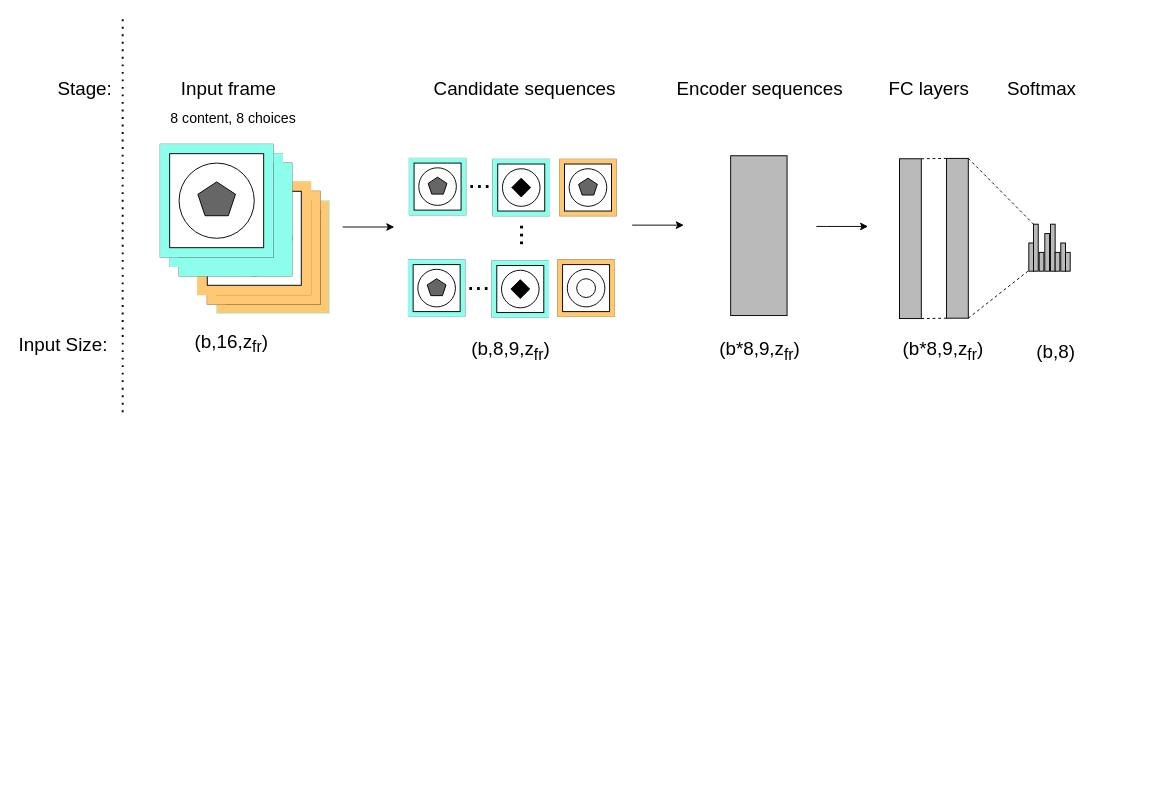
The draw.io diagram network.drawio in RoggerL/draw, before the edit. Source tidied: cells renumbered, new cells numbered last; positions are measured from the earlier drawing's top-left corner, leaving out a move shared by most shapes. Both pictures are drawn from the tidied source at 94%, with x=0, y=0 at pixel (16, 17).
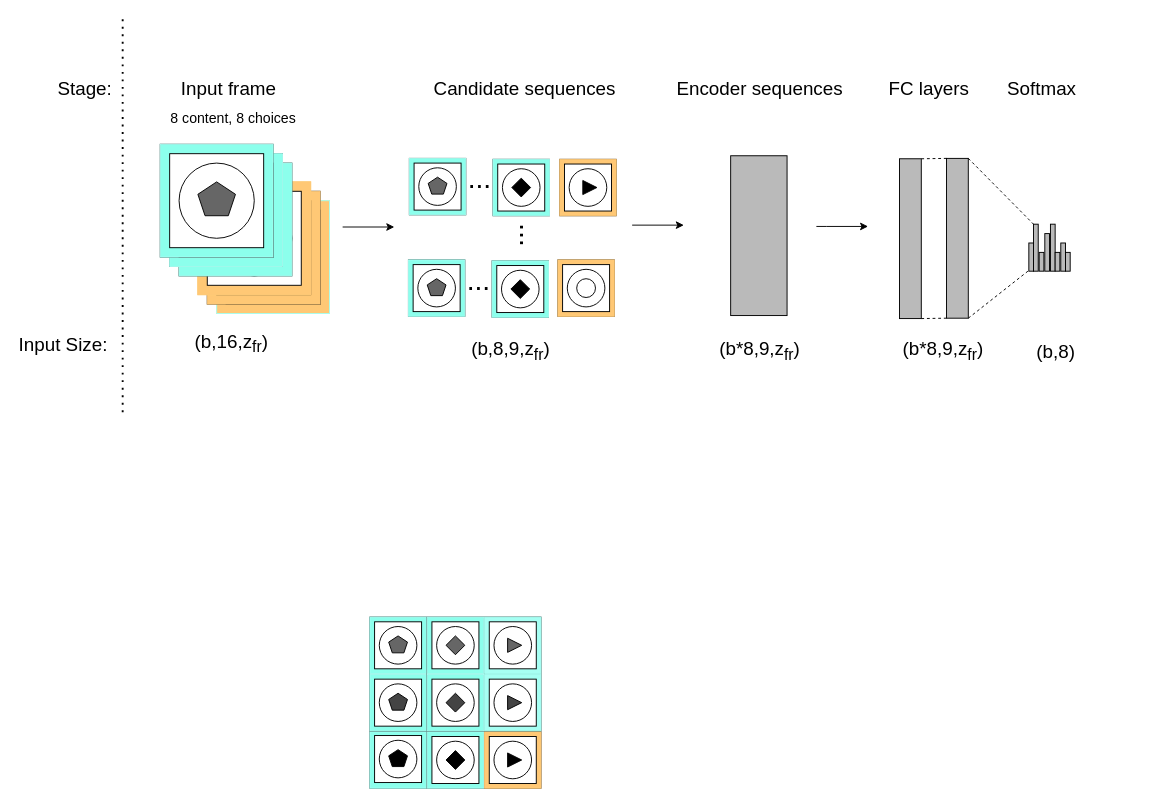
After the change.

The change refers to these unchanged cells:
```xml
<mxCell id="50" style="group;fillColor=#A6FFF3;strokeColor=#000000;" parent="1" vertex="1">
  <mxGeometry x="578" y="151" width="60" height="60" as="geometry" />
</mxCell>
```

Diff of the diagram source:
```diff
@@
-    <mxCell id="54" style="whiteSpace=wrap;html=1;shape=mxgraph.basic.pentagon;fillColor=#666666;strokeColor=#000000;" parent="50" vertex="1">
-      <mxGeometry x="20" y="20" width="20" height="18" as="geometry" />
-    </mxCell>
+    <mxCell id="97" style="triangle;whiteSpace=wrap;html=1;fontSize=30;strokeColor=#000000;fillColor=#000000;" parent="50" vertex="1">
+      <mxGeometry x="24.5" y="22.5" width="15" height="15" as="geometry" />
+    </mxCell>
@@
+    <mxCell id="98" style="group;fillColor=#A6FFF3;strokeColor=#000000;" parent="1" vertex="1">
+      <mxGeometry x="376" y="760" width="60" height="60" as="geometry" />
+    </mxCell>
+    <mxCell id="99" style="whiteSpace=wrap;html=1;fillColor=#8CFFEC;strokeColor=#A6FFF3;" parent="98" vertex="1">
+      <mxGeometry width="60" height="60" as="geometry" />
+    </mxCell>
+    <mxCell id="100" style="whiteSpace=wrap;html=1;strokeColor=#000000;fillColor=#FFFFFF;" parent="98" vertex="1">
+      <mxGeometry x="5" y="4" width="50" height="50" as="geometry" />
+    </mxCell>
+    <mxCell id="101" style="ellipse;whiteSpace=wrap;html=1;strokeColor=#000000;fillColor=#FFFFFF;" parent="98" vertex="1">
+      <mxGeometry x="10" y="9" width="40" height="40" as="geometry" />
+    </mxCell>
+    <mxCell id="102" style="whiteSpace=wrap;html=1;shape=mxgraph.basic.pentagon;fillColor=#000000;strokeColor=#000000;" parent="98" vertex="1">
+      <mxGeometry x="20" y="19" width="20" height="18" as="geometry" />
+    </mxCell>
+    <mxCell id="103" style="group;fillColor=#A6FFF3;strokeColor=#000000;" parent="1" vertex="1">
+      <mxGeometry x="437" y="760" width="60" height="60" as="geometry" />
+    </mxCell>
+    <mxCell id="104" style="whiteSpace=wrap;html=1;fillColor=#8CFFEC;strokeColor=#A6FFF3;" parent="103" vertex="1">
+      <mxGeometry width="60" height="60" as="geometry" />
+    </mxCell>
+    <mxCell id="105" style="whiteSpace=wrap;html=1;strokeColor=#000000;fillColor=#FFFFFF;" parent="103" vertex="1">
+      <mxGeometry x="5" y="5" width="50" height="50" as="geometry" />
+    </mxCell>
+    <mxCell id="106" style="ellipse;whiteSpace=wrap;html=1;strokeColor=#000000;fillColor=#FFFFFF;" parent="103" vertex="1">
+      <mxGeometry x="10" y="10" width="40" height="40" as="geometry" />
+    </mxCell>
+    <mxCell id="107" style="rhombus;whiteSpace=wrap;html=1;fontSize=20;strokeColor=#000000;fillColor=#000000;" parent="103" vertex="1">
+      <mxGeometry x="20" y="20" width="20" height="20" as="geometry" />
+    </mxCell>
+    <mxCell id="108" style="group;fillColor=#A6FFF3;strokeColor=#000000;" parent="1" vertex="1">
+      <mxGeometry x="498" y="760" width="60" height="60" as="geometry" />
+    </mxCell>
+    <mxCell id="109" style="whiteSpace=wrap;html=1;fillColor=#FFC875;strokeColor=#FFC875;" parent="108" vertex="1">
+      <mxGeometry width="60" height="60" as="geometry" />
+    </mxCell>
+    <mxCell id="110" style="whiteSpace=wrap;html=1;strokeColor=#000000;fillColor=#FFFFFF;" parent="108" vertex="1">
+      <mxGeometry x="5" y="5" width="50" height="50" as="geometry" />
+    </mxCell>
+    <mxCell id="111" style="ellipse;whiteSpace=wrap;html=1;strokeColor=#000000;fillColor=#FFFFFF;" parent="108" vertex="1">
+      <mxGeometry x="10" y="10" width="40" height="40" as="geometry" />
+    </mxCell>
+    <mxCell id="112" style="triangle;whiteSpace=wrap;html=1;fontSize=30;strokeColor=#000000;fillColor=#000000;" parent="108" vertex="1">
+      <mxGeometry x="24.5" y="22.5" width="15" height="15" as="geometry" />
+    </mxCell>
+    <mxCell id="113" style="group;fillColor=#A6FFF3;strokeColor=#000000;" parent="1" vertex="1">
+      <mxGeometry x="376" y="699" width="60" height="60" as="geometry" />
+    </mxCell>
+    <mxCell id="114" style="whiteSpace=wrap;html=1;fillColor=#8CFFEC;strokeColor=#A6FFF3;" parent="113" vertex="1">
+      <mxGeometry width="60" height="60" as="geometry" />
+    </mxCell>
+    <mxCell id="115" style="whiteSpace=wrap;html=1;strokeColor=#000000;fillColor=#FFFFFF;" parent="113" vertex="1">
+      <mxGeometry x="5" y="5" width="50" height="50" as="geometry" />
+    </mxCell>
+    <mxCell id="116" style="ellipse;whiteSpace=wrap;html=1;strokeColor=#000000;fillColor=#FFFFFF;" parent="113" vertex="1">
+      <mxGeometry x="10" y="10" width="40" height="40" as="geometry" />
+    </mxCell>
+    <mxCell id="117" style="whiteSpace=wrap;html=1;shape=mxgraph.basic.pentagon;fillColor=#444444;strokeColor=#000000;" parent="113" vertex="1">
+      <mxGeometry x="20" y="20" width="20" height="18" as="geometry" />
+    </mxCell>
+    <mxCell id="118" style="group;fillColor=#A6FFF3;strokeColor=#000000;" parent="1" vertex="1">
+      <mxGeometry x="437" y="699" width="60" height="60" as="geometry" />
+    </mxCell>
+    <mxCell id="119" style="whiteSpace=wrap;html=1;fillColor=#8CFFEC;strokeColor=#A6FFF3;" parent="118" vertex="1">
+      <mxGeometry width="60" height="60" as="geometry" />
+    </mxCell>
+    <mxCell id="120" style="whiteSpace=wrap;html=1;strokeColor=#000000;fillColor=#FFFFFF;" parent="118" vertex="1">
+      <mxGeometry x="5" y="5" width="50" height="50" as="geometry" />
+    </mxCell>
+    <mxCell id="121" style="ellipse;whiteSpace=wrap;html=1;strokeColor=#000000;fillColor=#FFFFFF;" parent="118" vertex="1">
+      <mxGeometry x="10" y="10" width="40" height="40" as="geometry" />
+    </mxCell>
+    <mxCell id="122" style="rhombus;whiteSpace=wrap;html=1;fontSize=20;strokeColor=#000000;fillColor=#444444;" parent="118" vertex="1">
+      <mxGeometry x="20" y="20" width="20" height="20" as="geometry" />
+    </mxCell>
+    <mxCell id="123" style="group;fillColor=#A6FFF3;strokeColor=#000000;" parent="1" vertex="1">
+      <mxGeometry x="498" y="699" width="60" height="60" as="geometry" />
+    </mxCell>
+    <mxCell id="124" style="whiteSpace=wrap;html=1;fillColor=#A6FFF3;strokeColor=#A6FFF3;" parent="123" vertex="1">
+      <mxGeometry width="60" height="60" as="geometry" />
+    </mxCell>
+    <mxCell id="125" style="whiteSpace=wrap;html=1;strokeColor=#000000;fillColor=#FFFFFF;" parent="123" vertex="1">
+      <mxGeometry x="5" y="5" width="50" height="50" as="geometry" />
+    </mxCell>
+    <mxCell id="126" style="ellipse;whiteSpace=wrap;html=1;strokeColor=#000000;fillColor=#FFFFFF;" parent="123" vertex="1">
+      <mxGeometry x="10" y="10" width="40" height="40" as="geometry" />
+    </mxCell>
+    <mxCell id="127" style="triangle;whiteSpace=wrap;html=1;fontSize=30;strokeColor=#000000;fillColor=#444444;" parent="123" vertex="1">
+      <mxGeometry x="24.5" y="22.5" width="15" height="15" as="geometry" />
+    </mxCell>
+    <mxCell id="128" style="group;fillColor=#A6FFF3;strokeColor=#000000;" parent="1" vertex="1">
+      <mxGeometry x="376" y="638" width="60" height="60" as="geometry" />
+    </mxCell>
+    <mxCell id="129" style="whiteSpace=wrap;html=1;fillColor=#8CFFEC;strokeColor=#A6FFF3;" parent="128" vertex="1">
+      <mxGeometry width="60" height="60" as="geometry" />
+    </mxCell>
+    <mxCell id="130" style="whiteSpace=wrap;html=1;strokeColor=#000000;fillColor=#FFFFFF;" parent="128" vertex="1">
+      <mxGeometry x="5" y="5" width="50" height="50" as="geometry" />
+    </mxCell>
+    <mxCell id="131" style="ellipse;whiteSpace=wrap;html=1;strokeColor=#000000;fillColor=#FFFFFF;" parent="128" vertex="1">
+      <mxGeometry x="10" y="10" width="40" height="40" as="geometry" />
+    </mxCell>
+    <mxCell id="54" style="whiteSpace=wrap;html=1;shape=mxgraph.basic.pentagon;fillColor=#666666;strokeColor=#000000;" parent="128" vertex="1">
+      <mxGeometry x="20" y="20" width="20" height="18" as="geometry" />
+    </mxCell>
+    <mxCell id="132" style="group;fillColor=#A6FFF3;strokeColor=#000000;" parent="1" vertex="1">
+      <mxGeometry x="437" y="638" width="60" height="60" as="geometry" />
+    </mxCell>
+    <mxCell id="133" style="whiteSpace=wrap;html=1;fillColor=#8CFFEC;strokeColor=#A6FFF3;" parent="132" vertex="1">
+      <mxGeometry width="60" height="60" as="geometry" />
+    </mxCell>
+    <mxCell id="134" style="whiteSpace=wrap;html=1;strokeColor=#000000;fillColor=#FFFFFF;" parent="132" vertex="1">
+      <mxGeometry x="5" y="5" width="50" height="50" as="geometry" />
+    </mxCell>
+    <mxCell id="135" style="ellipse;whiteSpace=wrap;html=1;strokeColor=#000000;fillColor=#FFFFFF;" parent="132" vertex="1">
+      <mxGeometry x="10" y="10" width="40" height="40" as="geometry" />
+    </mxCell>
+    <mxCell id="136" style="rhombus;whiteSpace=wrap;html=1;fontSize=20;strokeColor=#000000;fillColor=#666666;" parent="132" vertex="1">
+      <mxGeometry x="20" y="20" width="20" height="20" as="geometry" />
+    </mxCell>
+    <mxCell id="137" style="group;fillColor=#A6FFF3;strokeColor=#000000;" parent="1" vertex="1">
+      <mxGeometry x="498" y="638" width="60" height="60" as="geometry" />
+    </mxCell>
+    <mxCell id="138" style="whiteSpace=wrap;html=1;fillColor=#A6FFF3;strokeColor=#A6FFF3;" parent="137" vertex="1">
+      <mxGeometry width="60" height="60" as="geometry" />
+    </mxCell>
+    <mxCell id="139" style="whiteSpace=wrap;html=1;strokeColor=#000000;fillColor=#FFFFFF;" parent="137" vertex="1">
+      <mxGeometry x="5" y="5" width="50" height="50" as="geometry" />
+    </mxCell>
+    <mxCell id="140" style="ellipse;whiteSpace=wrap;html=1;strokeColor=#000000;fillColor=#FFFFFF;" parent="137" vertex="1">
+      <mxGeometry x="10" y="10" width="40" height="40" as="geometry" />
+    </mxCell>
+    <mxCell id="141" style="triangle;whiteSpace=wrap;html=1;fontSize=30;strokeColor=#000000;fillColor=#666666;" parent="137" vertex="1">
+      <mxGeometry x="24.5" y="22.5" width="15" height="15" as="geometry" />
+    </mxCell>
```
